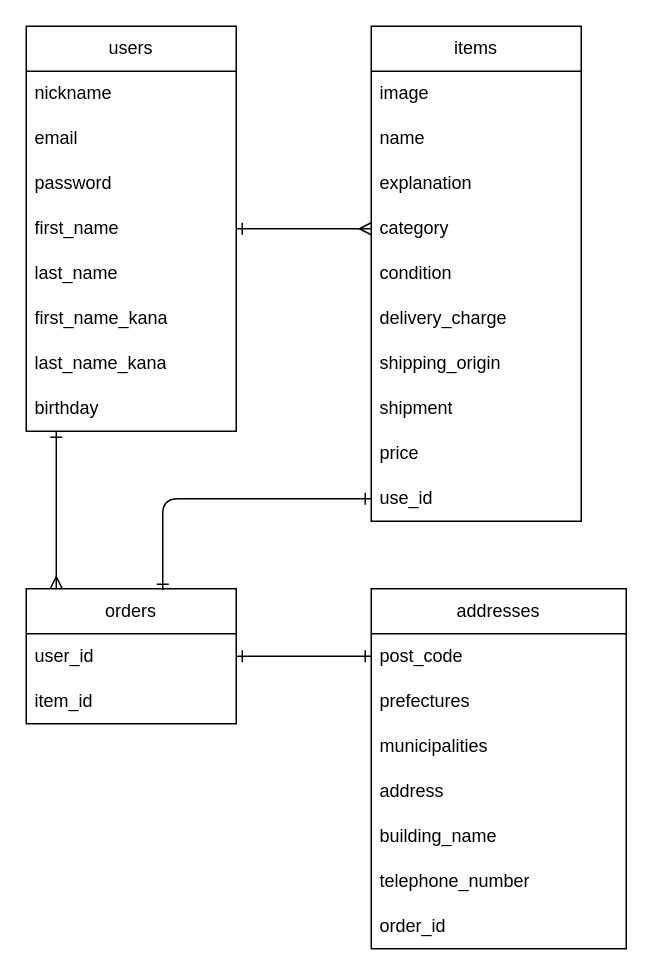
nakayu08/furima-39370 keeps this draw.io diagram as furima-er.dio. Above is the earlier version. Source tidied: cells renumbered, new cells numbered last; positions are measured from the earlier drawing's top-left corner, leaving out a move shared by most shapes. Both pictures are drawn from the tidied source at 150%, with x=0, y=0 at pixel (26, 26).
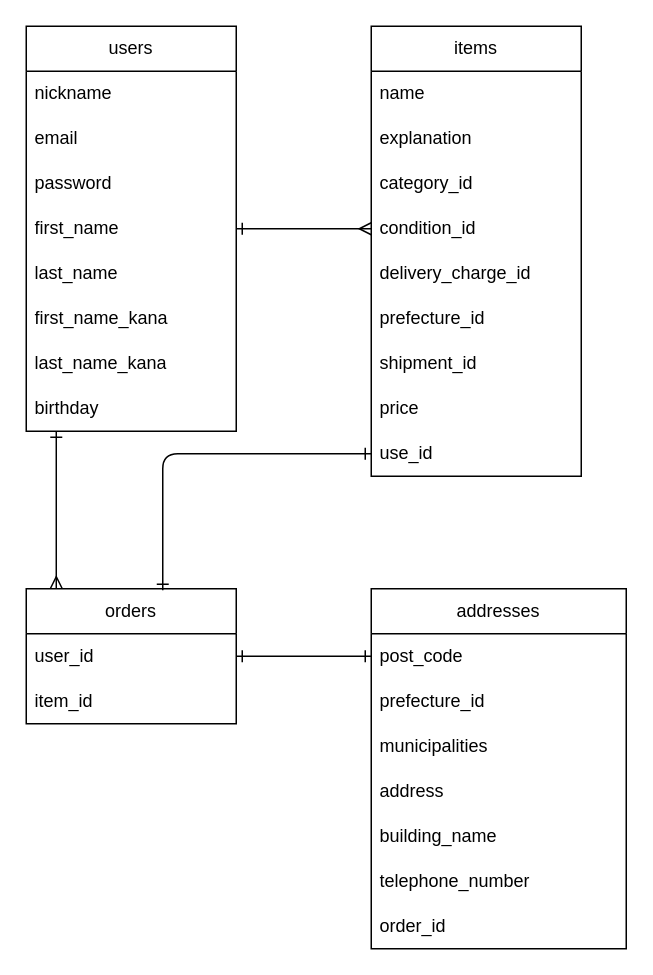
After the change.

The change refers to these unchanged cells:
```xml
<mxCell id="3" value="users" style="swimlane;fontStyle=0;horizontal=1;startSize=30;whiteSpace=wrap;html=1;" parent="1" vertex="1">
  <mxGeometry width="140" height="270" as="geometry" />
</mxCell>
<mxCell id="26" value="addresses" style="swimlane;fontStyle=0;horizontal=1;startSize=30;whiteSpace=wrap;html=1;" parent="1" vertex="1">
  <mxGeometry x="230" y="375" width="170" height="240" as="geometry" />
</mxCell>
```

Change to the diagram source:
```diff
@@
-    <mxCell id="2" style="edgeStyle=none;html=1;entryX=0;entryY=0.5;entryDx=0;entryDy=0;snapToPoint=0;strokeColor=default;startArrow=ERone;startFill=0;endArrow=ERmany;endFill=0;" parent="1" edge="1" source="3" target="16">
+    <mxCell id="2" style="edgeStyle=none;html=1;entryX=0;entryY=0.5;entryDx=0;entryDy=0;snapToPoint=0;strokeColor=default;startArrow=ERone;startFill=0;endArrow=ERmany;endFill=0;" parent="1" edge="1" source="3" target="17">
       <mxGeometry relative="1" as="geometry" />
     </mxCell>
@@
     <mxCell id="12" value="items" style="swimlane;fontStyle=0;horizontal=1;startSize=30;whiteSpace=wrap;html=1;" parent="1" vertex="1">
-      <mxGeometry x="230" width="140" height="330" as="geometry" />
+      <mxGeometry x="230" width="140" height="300" as="geometry" />
     </mxCell>
-    <mxCell id="13" value="image" style="text;strokeColor=none;fillColor=none;align=left;verticalAlign=middle;spacingLeft=4;spacingRight=4;overflow=hidden;whiteSpace=wrap;html=1;" parent="12" vertex="1">
-      <mxGeometry y="30" width="140" height="30" as="geometry" />
-    </mxCell>
     <mxCell id="14" value="name" style="text;strokeColor=none;fillColor=none;align=left;verticalAlign=middle;spacingLeft=4;spacingRight=4;overflow=hidden;whiteSpace=wrap;html=1;" parent="12" vertex="1">
-      <mxGeometry y="60" width="140" height="30" as="geometry" />
+      <mxGeometry y="30" width="140" height="30" as="geometry" />
     </mxCell>
     <mxCell id="15" value="explanation" style="text;strokeColor=none;fillColor=none;align=left;verticalAlign=middle;spacingLeft=4;spacingRight=4;overflow=hidden;whiteSpace=wrap;html=1;" parent="12" vertex="1">
-      <mxGeometry y="90" width="140" height="30" as="geometry" />
+      <mxGeometry y="60" width="140" height="30" as="geometry" />
     </mxCell>
-    <mxCell id="16" value="category" style="text;strokeColor=none;fillColor=none;align=left;verticalAlign=middle;spacingLeft=4;spacingRight=4;overflow=hidden;points=[[0,0.5],[1,0.5]];portConstraint=eastwest;whiteSpace=wrap;html=1;" parent="12" vertex="1">
-      <mxGeometry y="120" width="140" height="30" as="geometry" />
+    <mxCell id="16" value="category_id" style="text;strokeColor=none;fillColor=none;align=left;verticalAlign=middle;spacingLeft=4;spacingRight=4;overflow=hidden;points=[[0,0.5],[1,0.5]];portConstraint=eastwest;whiteSpace=wrap;html=1;" parent="12" vertex="1">
+      <mxGeometry y="90" width="140" height="30" as="geometry" />
     </mxCell>
-    <mxCell id="17" value="condition" style="text;strokeColor=none;fillColor=none;align=left;verticalAlign=middle;spacingLeft=4;spacingRight=4;overflow=hidden;points=[[0,0.5],[1,0.5]];portConstraint=eastwest;whiteSpace=wrap;html=1;" parent="12" vertex="1">
-      <mxGeometry y="150" width="140" height="30" as="geometry" />
+    <mxCell id="17" value="condition_id" style="text;strokeColor=none;fillColor=none;align=left;verticalAlign=middle;spacingLeft=4;spacingRight=4;overflow=hidden;points=[[0,0.5],[1,0.5]];portConstraint=eastwest;whiteSpace=wrap;html=1;" parent="12" vertex="1">
+      <mxGeometry y="120" width="140" height="30" as="geometry" />
     </mxCell>
-    <mxCell id="18" value="delivery_charge" style="text;strokeColor=none;fillColor=none;align=left;verticalAlign=middle;spacingLeft=4;spacingRight=4;overflow=hidden;whiteSpace=wrap;html=1;" parent="12" vertex="1">
-      <mxGeometry y="180" width="140" height="30" as="geometry" />
+    <mxCell id="18" value="delivery_charge_id" style="text;strokeColor=none;fillColor=none;align=left;verticalAlign=middle;spacingLeft=4;spacingRight=4;overflow=hidden;whiteSpace=wrap;html=1;" parent="12" vertex="1">
+      <mxGeometry y="150" width="140" height="30" as="geometry" />
     </mxCell>
-    <mxCell id="19" value="shipping_origin" style="text;strokeColor=none;fillColor=none;align=left;verticalAlign=middle;spacingLeft=4;spacingRight=4;overflow=hidden;whiteSpace=wrap;html=1;" parent="12" vertex="1">
-      <mxGeometry y="210" width="140" height="30" as="geometry" />
+    <mxCell id="19" value="prefecture_id" style="text;strokeColor=none;fillColor=none;align=left;verticalAlign=middle;spacingLeft=4;spacingRight=4;overflow=hidden;whiteSpace=wrap;html=1;" parent="12" vertex="1">
+      <mxGeometry y="180" width="140" height="30" as="geometry" />
     </mxCell>
-    <mxCell id="20" value="shipment" style="text;strokeColor=none;fillColor=none;align=left;verticalAlign=middle;spacingLeft=4;spacingRight=4;overflow=hidden;whiteSpace=wrap;html=1;" parent="12" vertex="1">
-      <mxGeometry y="240" width="140" height="30" as="geometry" />
+    <mxCell id="20" value="shipment_id" style="text;strokeColor=none;fillColor=none;align=left;verticalAlign=middle;spacingLeft=4;spacingRight=4;overflow=hidden;whiteSpace=wrap;html=1;" parent="12" vertex="1">
+      <mxGeometry y="210" width="140" height="30" as="geometry" />
     </mxCell>
     <mxCell id="21" value="price" style="text;strokeColor=none;fillColor=none;align=left;verticalAlign=middle;spacingLeft=4;spacingRight=4;overflow=hidden;whiteSpace=wrap;html=1;" parent="12" vertex="1">
-      <mxGeometry y="270" width="140" height="30" as="geometry" />
+      <mxGeometry y="240" width="140" height="30" as="geometry" />
     </mxCell>
     <mxCell id="22" value="use_id" style="text;strokeColor=none;fillColor=none;align=left;verticalAlign=middle;spacingLeft=4;spacingRight=4;overflow=hidden;points=[[0,0.5],[1,0.5]];portConstraint=eastwest;whiteSpace=wrap;html=1;" parent="12" vertex="1">
-      <mxGeometry y="300" width="140" height="30" as="geometry" />
+      <mxGeometry y="270" width="140" height="30" as="geometry" />
     </mxCell>
@@
-    <mxCell id="28" value="prefectures" style="text;strokeColor=none;fillColor=none;align=left;verticalAlign=middle;spacingLeft=4;spacingRight=4;overflow=hidden;whiteSpace=wrap;html=1;" parent="26" vertex="1">
+    <mxCell id="28" value="prefecture_id" style="text;strokeColor=none;fillColor=none;align=left;verticalAlign=middle;spacingLeft=4;spacingRight=4;overflow=hidden;whiteSpace=wrap;html=1;" parent="26" vertex="1">
       <mxGeometry y="60" width="170" height="30" as="geometry" />
     </mxCell>
```
